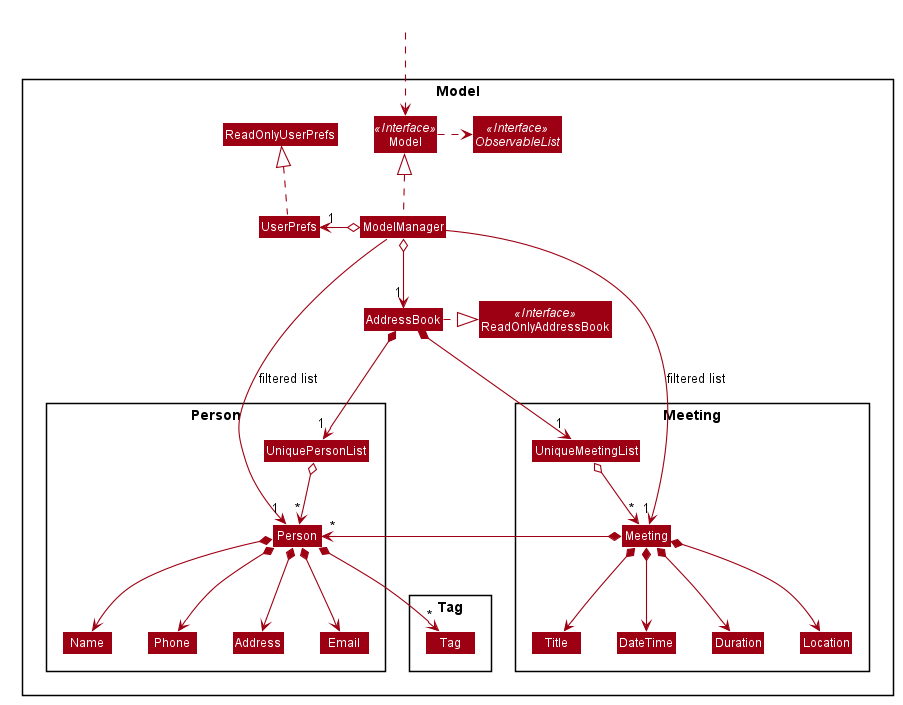
zhaohuanqdcn/tp keeps this PlantUML diagram as docs/images/ModelClassDiagram.png. Above is the earlier version.
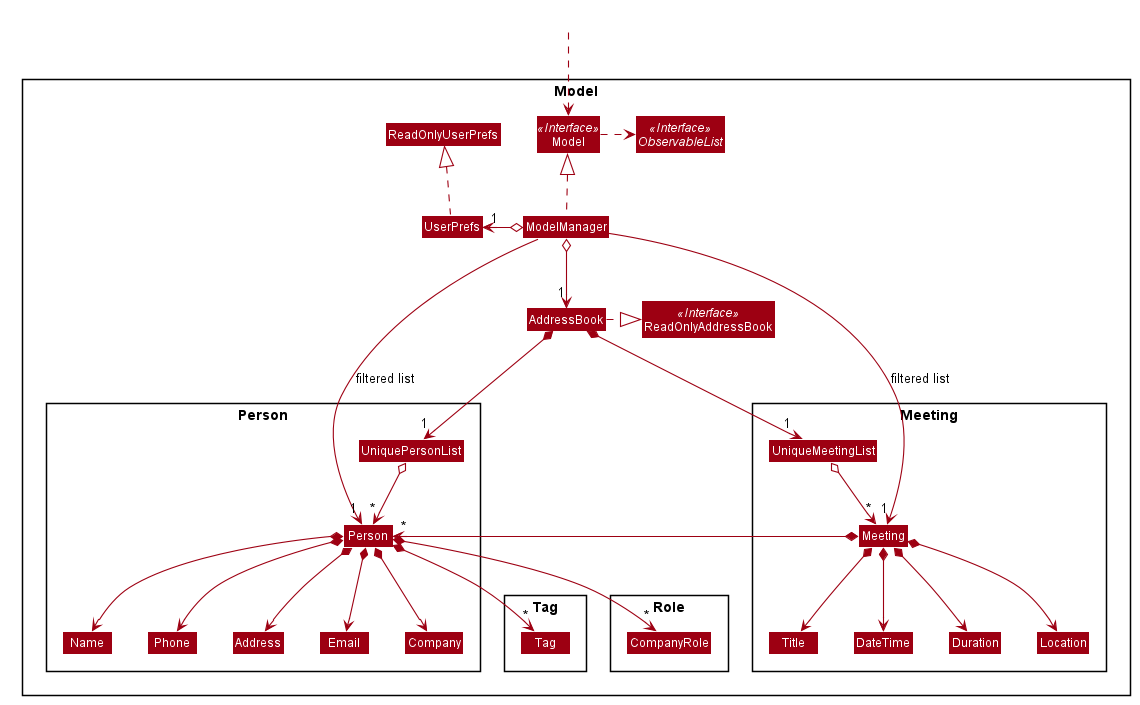
The same diagram one commit later.

Diff of the diagram source:
```diff
@@ -68,11 +68,16 @@
 Class Email
 Class Name
 Class Phone
+Class Company
 Class UniquePersonList
 }
 
 Package Tag {
 Class Tag
+}
+
+Package Role {
+Class CompanyRole
 }
 
 Package Meeting {
@@ -84,6 +89,9 @@
 Class UniqueMeetingList
 }
 }
+
+
+
 
 Class HiddenOutside #FFFFFF
 HiddenOutside ..> Model
@@ -102,7 +110,9 @@
 Person *--> Phone
 Person *--> Email
 Person *--> Address
+Person *--> Company
 Person *--> "*" Tag
+Person *--> "*" CompanyRole
 
 Name -[hidden]right-> Phone
 Phone -[hidden]right-> Address
```
